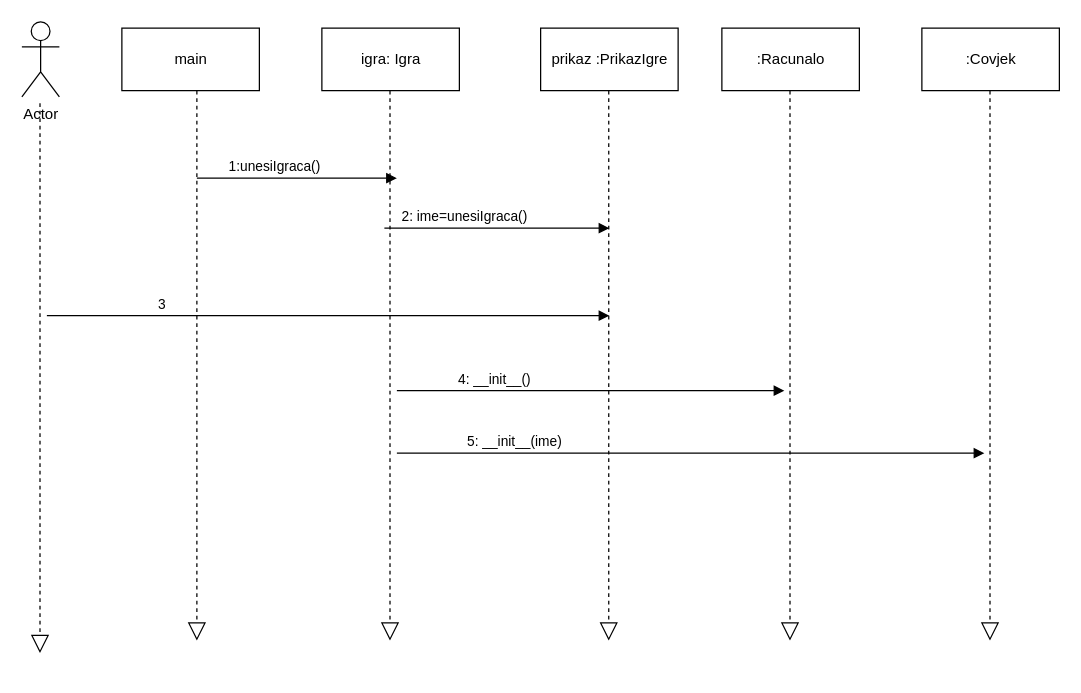
Earlier version of the draw.io diagram page "Dijagram slijeda unosa igraca" (11 of 13) of Untitled Diagram.drawio (avrkic/21). Source tidied: cells renumbered, new cells numbered last; positions are measured from the earlier drawing's top-left corner, leaving out a move shared by most shapes. Both pictures are drawn from the tidied source at 125%, with x=0, y=0 at pixel (21, 21).
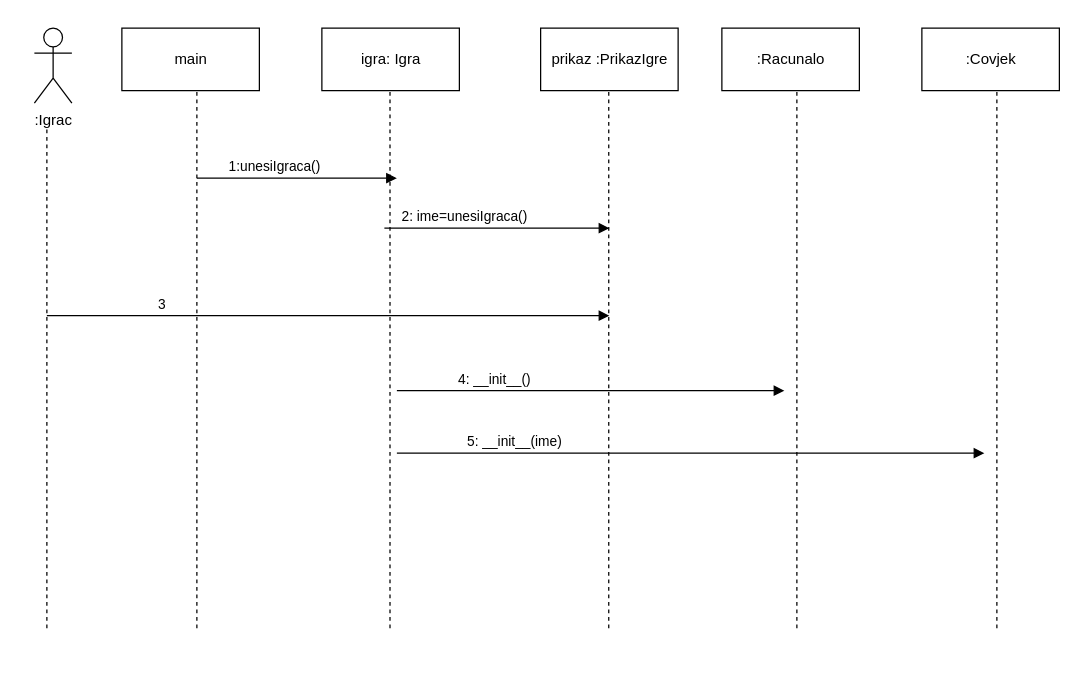
The same page after the edit.

What changed in the source:
```diff
@@
-    <mxCell id="3" style="endArrow=block;dashed=1;endFill=0;endSize=12;html=1;exitX=0.5;exitY=1;exitDx=0;exitDy=0;" parent="1" edge="1">
-      <mxGeometry relative="1" as="geometry">
-        <mxPoint x="140" y="55" as="sourcePoint" />
-        <mxPoint x="140" y="495" as="targetPoint" />
-      </mxGeometry>
-    </mxCell>
@@
-    <mxCell id="5" style="endArrow=block;dashed=1;endFill=0;endSize=12;html=1;exitX=0.5;exitY=1;exitDx=0;exitDy=0;" parent="1" edge="1">
-      <mxGeometry relative="1" as="geometry">
-        <mxPoint x="294.5" y="55" as="sourcePoint" />
-        <mxPoint x="294.5" y="495" as="targetPoint" />
-      </mxGeometry>
-    </mxCell>
@@
-    <mxCell id="9" style="endArrow=block;dashed=1;endFill=0;endSize=12;html=1;exitX=0.5;exitY=1;exitDx=0;exitDy=0;" parent="1" edge="1">
-      <mxGeometry relative="1" as="geometry">
-        <mxPoint x="469.5" y="55" as="sourcePoint" />
-        <mxPoint x="469.5" y="495" as="targetPoint" />
-      </mxGeometry>
-    </mxCell>
@@
-    <mxCell id="12" value="Actor" style="shape=umlActor;verticalLabelPosition=bottom;verticalAlign=top;html=1;" parent="1" vertex="1">
-      <mxGeometry width="30" height="60" as="geometry" />
+    <mxCell id="12" value=":Igrac" style="shape=umlActor;verticalLabelPosition=bottom;verticalAlign=top;html=1;" parent="1" vertex="1">
+      <mxGeometry x="10" y="5" width="30" height="60" as="geometry" />
     </mxCell>
-    <mxCell id="13" style="endArrow=block;dashed=1;endFill=0;endSize=12;html=1;exitX=0.5;exitY=1;exitDx=0;exitDy=0;" parent="1" edge="1">
-      <mxGeometry relative="1" as="geometry">
-        <mxPoint x="14.5" y="65" as="sourcePoint" />
-        <mxPoint x="14.5" y="505" as="targetPoint" />
-      </mxGeometry>
-    </mxCell>
@@
-    <mxCell id="17" style="endArrow=block;dashed=1;endFill=0;endSize=12;html=1;exitX=0.5;exitY=1;exitDx=0;exitDy=0;" parent="1" edge="1">
-      <mxGeometry relative="1" as="geometry">
-        <mxPoint x="614.5" y="55" as="sourcePoint" />
-        <mxPoint x="614.5" y="495" as="targetPoint" />
-      </mxGeometry>
-    </mxCell>
@@
-    <mxCell id="19" style="endArrow=block;dashed=1;endFill=0;endSize=12;html=1;exitX=0.5;exitY=1;exitDx=0;exitDy=0;" parent="1" edge="1">
-      <mxGeometry relative="1" as="geometry">
-        <mxPoint x="774.5" y="55" as="sourcePoint" />
-        <mxPoint x="774.5" y="495" as="targetPoint" />
-      </mxGeometry>
-    </mxCell>
@@
+    <mxCell id="24" style="endArrow=none;dashed=1;html=1;" parent="1" edge="1">
+      <mxGeometry relative="1" as="geometry">
+        <mxPoint x="20" y="485" as="sourcePoint" />
+        <mxPoint x="20" y="85" as="targetPoint" />
+      </mxGeometry>
+    </mxCell>
+    <mxCell id="25" style="endArrow=none;dashed=1;html=1;" parent="1" edge="1">
+      <mxGeometry relative="1" as="geometry">
+        <mxPoint x="140" y="485" as="sourcePoint" />
+        <mxPoint x="140" y="55" as="targetPoint" />
+      </mxGeometry>
+    </mxCell>
+    <mxCell id="26" style="endArrow=none;dashed=1;html=1;" parent="1" edge="1">
+      <mxGeometry relative="1" as="geometry">
+        <mxPoint x="294.5" y="485" as="sourcePoint" />
+        <mxPoint x="294.5" y="55" as="targetPoint" />
+      </mxGeometry>
+    </mxCell>
+    <mxCell id="27" style="endArrow=none;dashed=1;html=1;" parent="1" edge="1">
+      <mxGeometry relative="1" as="geometry">
+        <mxPoint x="469.5" y="485" as="sourcePoint" />
+        <mxPoint x="469.5" y="55" as="targetPoint" />
+      </mxGeometry>
+    </mxCell>
+    <mxCell id="28" style="endArrow=none;dashed=1;html=1;" parent="1" edge="1">
+      <mxGeometry relative="1" as="geometry">
+        <mxPoint x="620" y="485" as="sourcePoint" />
+        <mxPoint x="620" y="55" as="targetPoint" />
+      </mxGeometry>
+    </mxCell>
+    <mxCell id="29" style="endArrow=none;dashed=1;html=1;" parent="1" edge="1">
+      <mxGeometry relative="1" as="geometry">
+        <mxPoint x="780" y="485" as="sourcePoint" />
+        <mxPoint x="780" y="55" as="targetPoint" />
+      </mxGeometry>
+    </mxCell>
```
